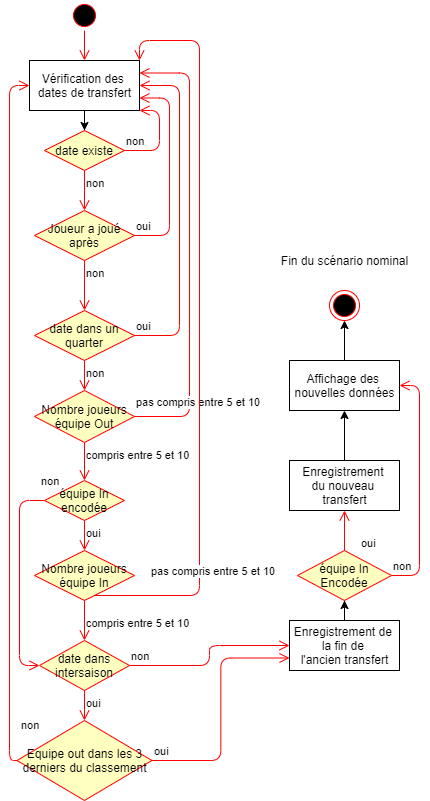
Ohensmans/FifaManagerEphec keeps this draw.io diagram as Analyse/Images/Diagramme activité/TransfererJou.png. Above is the earlier version. Source tidied: cells renumbered, new cells last; positions are measured from the earlier drawing's top-left corner, leaving out a move shared by most shapes.
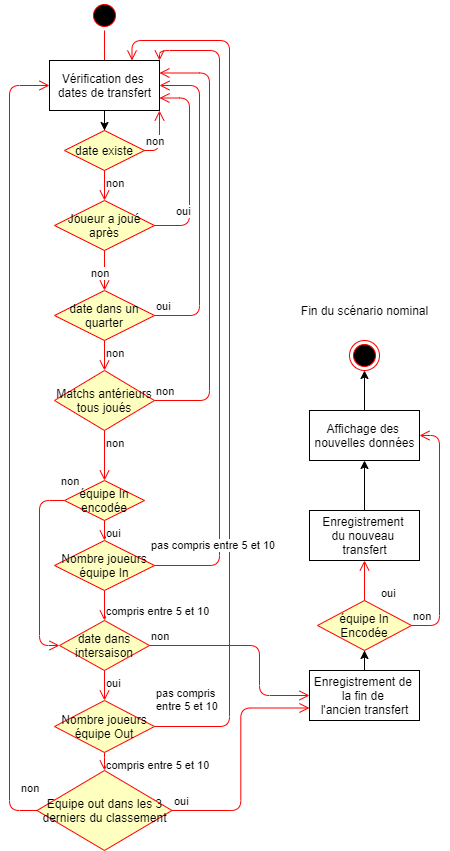
Later version of the same file.

Diff of the diagram source:
```diff
@@ -3,7 +3,7 @@
     <mxCell id="0" />
     <mxCell id="1" parent="0" />
     <mxCell id="2" style="ellipse;html=1;shape=startState;fillColor=#000000;strokeColor=#ff0000;" parent="1" vertex="1">
-      <mxGeometry x="60" width="30" height="30" as="geometry" />
+      <mxGeometry x="60" y="-50" width="30" height="30" as="geometry" />
     </mxCell>
     <mxCell id="3" style="edgeStyle=orthogonalEdgeStyle;html=1;verticalAlign=bottom;endArrow=open;endSize=8;strokeColor=#ff0000;" parent="1" edge="1" source="2">
       <mxGeometry relative="1" as="geometry">
@@ -14,16 +14,15 @@
       <mxGeometry relative="1" as="geometry" />
     </mxCell>
     <mxCell id="5" value="Vérification des &lt;br&gt;dates de transfert" style="html=1;" parent="1" vertex="1">
-      <mxGeometry x="20" y="60" width="110" height="50" as="geometry" />
+      <mxGeometry x="20" y="10" width="110" height="50" as="geometry" />
     </mxCell>
     <mxCell id="6" value="date existe" style="rhombus;whiteSpace=wrap;html=1;fillColor=#ffffc0;strokeColor=#ff0000;" parent="1" vertex="1">
-      <mxGeometry x="35" y="130" width="80" height="40" as="geometry" />
+      <mxGeometry x="35" y="80" width="80" height="40" as="geometry" />
     </mxCell>
     <mxCell id="7" value="non" style="edgeStyle=orthogonalEdgeStyle;html=1;align=left;verticalAlign=bottom;endArrow=open;endSize=8;strokeColor=#ff0000;entryX=1;entryY=1;entryDx=0;entryDy=0;exitX=1;exitY=0.5;exitDx=0;exitDy=0;" parent="1" edge="1" source="6" target="5">
       <mxGeometry x="-1" relative="1" as="geometry">
         <Array as="points">
-          <mxPoint x="150" y="150" />
-          <mxPoint x="150" y="110" />
+          <mxPoint x="130" y="100" />
         </Array>
       </mxGeometry>
     </mxCell>
@@ -31,57 +30,63 @@
       <mxGeometry x="-1" relative="1" as="geometry" />
     </mxCell>
     <mxCell id="9" value="Joueur a joué après" style="rhombus;whiteSpace=wrap;html=1;fillColor=#ffffc0;strokeColor=#ff0000;" parent="1" vertex="1">
-      <mxGeometry x="25" y="210" width="100" height="50" as="geometry" />
+      <mxGeometry x="25" y="150" width="100" height="50" as="geometry" />
     </mxCell>
     <mxCell id="10" value="oui" style="edgeStyle=orthogonalEdgeStyle;html=1;align=left;verticalAlign=bottom;endArrow=open;endSize=8;strokeColor=#ff0000;entryX=1;entryY=0.75;entryDx=0;entryDy=0;" parent="1" edge="1" source="9" target="5">
-      <mxGeometry x="-1" relative="1" as="geometry">
+      <mxGeometry x="-0.59" y="15" relative="1" as="geometry">
         <Array as="points">
-          <mxPoint x="160" y="235" />
-          <mxPoint x="160" y="98" />
+          <mxPoint x="160" y="175" />
+          <mxPoint x="160" y="48" />
         </Array>
       </mxGeometry>
     </mxCell>
     <mxCell id="11" value="non" style="edgeStyle=orthogonalEdgeStyle;html=1;align=left;verticalAlign=top;endArrow=open;endSize=8;strokeColor=#ff0000;entryX=0.5;entryY=0;entryDx=0;entryDy=0;" parent="1" edge="1" source="9" target="12">
-      <mxGeometry x="-1" relative="1" as="geometry" />
+      <mxGeometry x="-0.5" y="-15" relative="1" as="geometry" />
     </mxCell>
     <mxCell id="12" value="date dans un quarter" style="rhombus;whiteSpace=wrap;html=1;fillColor=#ffffc0;strokeColor=#ff0000;" parent="1" vertex="1">
-      <mxGeometry x="25" y="310" width="100" height="50" as="geometry" />
+      <mxGeometry x="25" y="240" width="100" height="50" as="geometry" />
     </mxCell>
     <mxCell id="13" value="oui" style="edgeStyle=orthogonalEdgeStyle;html=1;align=left;verticalAlign=bottom;endArrow=open;endSize=8;strokeColor=#ff0000;entryX=1;entryY=0.5;entryDx=0;entryDy=0;exitX=1;exitY=0.5;exitDx=0;exitDy=0;" parent="1" edge="1" source="12" target="5">
       <mxGeometry x="-1" relative="1" as="geometry">
         <Array as="points">
-          <mxPoint x="170" y="335" />
-          <mxPoint x="170" y="85" />
+          <mxPoint x="170" y="265" />
+          <mxPoint x="170" y="35" />
         </Array>
       </mxGeometry>
     </mxCell>
-    <mxCell id="14" value="non" style="edgeStyle=orthogonalEdgeStyle;html=1;align=left;verticalAlign=top;endArrow=open;endSize=8;strokeColor=#ff0000;entryX=0.5;entryY=0;entryDx=0;entryDy=0;" parent="1" edge="1" source="12" target="33">
+    <mxCell id="14" value="non" style="edgeStyle=orthogonalEdgeStyle;html=1;align=left;verticalAlign=top;endArrow=open;endSize=8;strokeColor=#ff0000;entryX=0.5;entryY=0;entryDx=0;entryDy=0;" parent="1" edge="1" source="12" target="41">
       <mxGeometry x="-1" relative="1" as="geometry" />
     </mxCell>
-    <mxCell id="15" value="pas compris entre 5 et 10" style="edgeStyle=orthogonalEdgeStyle;html=1;align=left;verticalAlign=bottom;endArrow=open;endSize=8;strokeColor=#ff0000;entryX=1;entryY=0.25;entryDx=0;entryDy=0;" parent="1" edge="1" source="33" target="5">
-      <mxGeometry x="-0.73" y="55" relative="1" as="geometry">
+    <mxCell id="15" value="pas compris &lt;br&gt;entre 5 et 10" style="edgeStyle=orthogonalEdgeStyle;html=1;align=left;verticalAlign=bottom;endArrow=open;endSize=8;strokeColor=#ff0000;entryX=0.75;entryY=0;entryDx=0;entryDy=0;exitX=1;exitY=0.5;exitDx=0;exitDy=0;" parent="1" edge="1" source="33" target="5">
+      <mxGeometry x="-0.81" y="75" relative="1" as="geometry">
         <Array as="points">
-          <mxPoint x="180" y="416" />
-          <mxPoint x="180" y="73" />
+          <mxPoint x="200" y="676" />
+          <mxPoint x="200" y="-10" />
+          <mxPoint x="103" y="-10" />
         </Array>
       </mxGeometry>
     </mxCell>
-    <mxCell id="16" value="compris entre 5 et 10" style="edgeStyle=orthogonalEdgeStyle;html=1;align=left;verticalAlign=top;endArrow=open;endSize=8;strokeColor=#ff0000;entryX=0.5;entryY=0;entryDx=0;entryDy=0;" parent="1" edge="1" source="33" target="35">
+    <mxCell id="16" value="compris entre 5 et 10" style="edgeStyle=orthogonalEdgeStyle;html=1;align=left;verticalAlign=top;endArrow=open;endSize=8;strokeColor=#ff0000;entryX=0.5;entryY=0;entryDx=0;entryDy=0;" parent="1" edge="1" source="33" target="22">
       <mxGeometry x="-1" relative="1" as="geometry" />
     </mxCell>
     <mxCell id="17" value="Nombre joueurs équipe In" style="rhombus;whiteSpace=wrap;html=1;fillColor=#ffffc0;strokeColor=#ff0000;" parent="1" vertex="1">
-      <mxGeometry x="25" y="550" width="100" height="50" as="geometry" />
+      <mxGeometry x="25" y="490" width="100" height="50" as="geometry" />
     </mxCell>
     <mxCell id="18" value="compris entre 5 et 10" style="edgeStyle=orthogonalEdgeStyle;html=1;align=left;verticalAlign=top;endArrow=open;endSize=8;strokeColor=#ff0000;entryX=0.5;entryY=0;entryDx=0;entryDy=0;" parent="1" edge="1" source="17" target="19">
       <mxGeometry x="-0.5" relative="1" as="geometry" />
     </mxCell>
     <mxCell id="19" value="date dans intersaison" style="rhombus;whiteSpace=wrap;html=1;fillColor=#ffffc0;strokeColor=#ff0000;" parent="1" vertex="1">
-      <mxGeometry x="30" y="640" width="90" height="50" as="geometry" />
+      <mxGeometry x="30" y="570" width="90" height="50" as="geometry" />
     </mxCell>
     <mxCell id="20" value="non" style="edgeStyle=orthogonalEdgeStyle;html=1;align=left;verticalAlign=bottom;endArrow=open;endSize=8;strokeColor=#ff0000;entryX=0;entryY=0.5;entryDx=0;entryDy=0;" parent="1" edge="1" source="19" target="26">
-      <mxGeometry x="-1" relative="1" as="geometry" />
+      <mxGeometry x="-1" relative="1" as="geometry">
+        <Array as="points">
+          <mxPoint x="230" y="595" />
+          <mxPoint x="230" y="645" />
+        </Array>
+      </mxGeometry>
     </mxCell>
-    <mxCell id="21" value="oui" style="edgeStyle=orthogonalEdgeStyle;html=1;align=left;verticalAlign=top;endArrow=open;endSize=8;strokeColor=#ff0000;entryX=0.5;entryY=0;entryDx=0;entryDy=0;" parent="1" edge="1" source="19" target="22">
+    <mxCell id="21" value="oui" style="edgeStyle=orthogonalEdgeStyle;html=1;align=left;verticalAlign=top;endArrow=open;endSize=8;strokeColor=#ff0000;entryX=0.5;entryY=0;entryDx=0;entryDy=0;" parent="1" edge="1" source="19" target="33">
       <mxGeometry x="-1" relative="1" as="geometry" />
     </mxCell>
     <mxCell id="22" value="Equipe out dans les 3 derniers du classement" style="rhombus;whiteSpace=wrap;html=1;fillColor=#ffffc0;strokeColor=#ff0000;" parent="1" vertex="1">
@@ -93,8 +98,8 @@
     <mxCell id="24" value="non" style="edgeStyle=orthogonalEdgeStyle;html=1;align=left;verticalAlign=top;endArrow=open;endSize=8;strokeColor=#ff0000;entryX=0;entryY=0.5;entryDx=0;entryDy=0;exitX=0;exitY=0.5;exitDx=0;exitDy=0;" parent="1" edge="1" source="22" target="5">
       <mxGeometry x="-0.84" y="-10" relative="1" as="geometry">
         <Array as="points">
-          <mxPoint y="760" />
-          <mxPoint y="85" />
+          <mxPoint x="-20" y="760" />
+          <mxPoint x="-20" y="35" />
         </Array>
       </mxGeometry>
     </mxCell>
@@ -123,25 +128,25 @@
       <mxGeometry x="265" y="250" width="140" height="20" as="geometry" />
     </mxCell>
     <mxCell id="33" value="Nombre joueurs équipe Out" style="rhombus;whiteSpace=wrap;html=1;fillColor=#ffffc0;strokeColor=#ff0000;" parent="1" vertex="1">
-      <mxGeometry x="25" y="390" width="100" height="52" as="geometry" />
+      <mxGeometry x="25" y="650" width="100" height="52" as="geometry" />
     </mxCell>
-    <mxCell id="34" value="pas compris entre 5 et 10" style="edgeStyle=orthogonalEdgeStyle;html=1;align=left;verticalAlign=bottom;endArrow=open;endSize=8;strokeColor=#ff0000;entryX=1;entryY=0;entryDx=0;entryDy=0;" parent="1" edge="1" source="17" target="5">
-      <mxGeometry x="-0.85" y="15" relative="1" as="geometry">
+    <mxCell id="34" value="pas compris entre 5 et 10" style="edgeStyle=orthogonalEdgeStyle;html=1;align=left;verticalAlign=bottom;endArrow=open;endSize=8;strokeColor=#ff0000;entryX=1;entryY=0;entryDx=0;entryDy=0;exitX=1;exitY=0.5;exitDx=0;exitDy=0;" parent="1" edge="1" source="17" target="5">
+      <mxGeometry x="-0.76" y="70" relative="1" as="geometry">
         <Array as="points">
-          <mxPoint x="190" y="595" />
-          <mxPoint x="190" y="40" />
-          <mxPoint x="130" y="40" />
+          <mxPoint x="190" y="515" />
+          <mxPoint x="190" />
+          <mxPoint x="130" />
         </Array>
       </mxGeometry>
     </mxCell>
     <mxCell id="35" value="équipe In encodée" style="rhombus;whiteSpace=wrap;html=1;fillColor=#ffffc0;strokeColor=#ff0000;" parent="1" vertex="1">
-      <mxGeometry x="35" y="480" width="80" height="40" as="geometry" />
+      <mxGeometry x="35" y="430" width="80" height="40" as="geometry" />
     </mxCell>
     <mxCell id="36" value="non" style="edgeStyle=orthogonalEdgeStyle;html=1;align=left;verticalAlign=bottom;endArrow=open;endSize=8;strokeColor=#ff0000;entryX=0;entryY=0.5;entryDx=0;entryDy=0;" parent="1" edge="1" source="35" target="19">
       <mxGeometry x="-0.95" y="-10" relative="1" as="geometry">
         <Array as="points">
-          <mxPoint x="10" y="500" />
-          <mxPoint x="10" y="665" />
+          <mxPoint x="10" y="450" />
+          <mxPoint x="10" y="595" />
         </Array>
       </mxGeometry>
     </mxCell>
@@ -162,5 +167,19 @@
     <mxCell id="40" value="oui" style="edgeStyle=orthogonalEdgeStyle;html=1;align=left;verticalAlign=top;endArrow=open;endSize=8;strokeColor=#ff0000;entryX=0.5;entryY=1;entryDx=0;entryDy=0;" parent="1" edge="1" source="38" target="28">
       <mxGeometry y="-15" relative="1" as="geometry" />
     </mxCell>
+    <mxCell id="41" value="Matchs antérieurs tous joués" style="rhombus;whiteSpace=wrap;html=1;fillColor=#ffffc0;strokeColor=#ff0000;" parent="1" vertex="1">
+      <mxGeometry x="25" y="320" width="100" height="60" as="geometry" />
+    </mxCell>
+    <mxCell id="42" value="non" style="edgeStyle=orthogonalEdgeStyle;html=1;align=left;verticalAlign=bottom;endArrow=open;endSize=8;strokeColor=#ff0000;entryX=1;entryY=0.25;entryDx=0;entryDy=0;" parent="1" edge="1" source="41" target="5">
+      <mxGeometry x="-1" relative="1" as="geometry">
+        <Array as="points">
+          <mxPoint x="180" y="350" />
+          <mxPoint x="180" y="23" />
+        </Array>
+      </mxGeometry>
+    </mxCell>
+    <mxCell id="43" value="non" style="edgeStyle=orthogonalEdgeStyle;html=1;align=left;verticalAlign=top;endArrow=open;endSize=8;strokeColor=#ff0000;entryX=0.5;entryY=0;entryDx=0;entryDy=0;" parent="1" edge="1" source="41" target="35">
+      <mxGeometry x="-1" relative="1" as="geometry" />
+    </mxCell>
   </root>
 </mxGraphModel>
```
